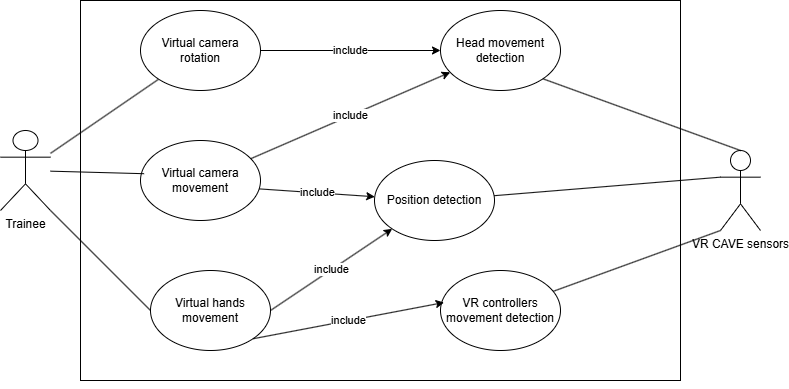
dopp1e/diploma keeps this draw.io diagram as Images/TraineeMovementUseCases.png. Above is the earlier version. Source tidied: cells renumbered, new cells last; positions are measured from the earlier drawing's top-left corner, leaving out a move shared by most shapes. Source of this version:
```xml
<mxGraphModel>
  <root>
    <mxCell id="0" />
    <mxCell id="1" parent="0" />
    <mxCell id="2" style="endArrow=classic;html=1;rounded=0;entryX=0.367;entryY=0.18;entryDx=0;entryDy=0;entryPerimeter=0;exitX=0.097;exitY=0.225;exitDx=0;exitDy=0;exitPerimeter=0;" parent="1" edge="1" source="7" target="3">
      <mxGeometry relative="1" as="geometry" />
    </mxCell>
    <mxCell id="3" style="rounded=0;whiteSpace=wrap;html=1;" parent="1" vertex="1">
      <mxGeometry x="80" width="600" height="380" as="geometry" />
    </mxCell>
    <mxCell id="4" value="Trainee" style="shape=umlActor;verticalLabelPosition=bottom;verticalAlign=top;html=1;outlineConnect=0;" parent="1" vertex="1">
      <mxGeometry y="130" width="50" height="80" as="geometry" />
    </mxCell>
    <mxCell id="5" value="Head movement detection" style="ellipse;whiteSpace=wrap;html=1;" parent="1" vertex="1">
      <mxGeometry x="440" y="10" width="120" height="80" as="geometry" />
    </mxCell>
    <mxCell id="6" style="endArrow=none;html=1;rounded=0;" parent="1" edge="1" source="4" target="7">
      <mxGeometry relative="1" as="geometry" />
    </mxCell>
    <mxCell id="7" value="Virtual camera rotation" style="ellipse;whiteSpace=wrap;html=1;" parent="1" vertex="1">
      <mxGeometry x="140" y="10" width="120" height="80" as="geometry" />
    </mxCell>
    <mxCell id="8" value="include" style="endArrow=classic;html=1;rounded=0;entryX=0;entryY=0.5;entryDx=0;entryDy=0;" parent="1" edge="1" source="7" target="5">
      <mxGeometry relative="1" as="geometry" />
    </mxCell>
    <mxCell id="9" value="Virtual hands movement" style="ellipse;whiteSpace=wrap;html=1;" parent="1" vertex="1">
      <mxGeometry x="150" y="270" width="120" height="80" as="geometry" />
    </mxCell>
    <mxCell id="10" style="endArrow=none;html=1;rounded=0;exitX=1;exitY=1;exitDx=0;exitDy=0;exitPerimeter=0;entryX=0;entryY=0.5;entryDx=0;entryDy=0;" parent="1" edge="1" source="4" target="9">
      <mxGeometry relative="1" as="geometry" />
    </mxCell>
    <mxCell id="11" value="VR controllers movement detection" style="ellipse;whiteSpace=wrap;html=1;" parent="1" vertex="1">
      <mxGeometry x="440" y="270" width="120" height="80" as="geometry" />
    </mxCell>
    <mxCell id="12" value="Position detection" style="ellipse;whiteSpace=wrap;html=1;" parent="1" vertex="1">
      <mxGeometry x="374" y="160" width="120" height="80" as="geometry" />
    </mxCell>
    <mxCell id="13" value="include" style="endArrow=classic;html=1;rounded=0;exitX=1;exitY=1;exitDx=0;exitDy=0;entryX=0.03;entryY=0.4;entryDx=0;entryDy=0;entryPerimeter=0;" parent="1" edge="1" source="9" target="11">
      <mxGeometry relative="1" as="geometry" />
    </mxCell>
    <mxCell id="14" value="include" style="endArrow=classic;html=1;rounded=0;exitX=1;exitY=0.5;exitDx=0;exitDy=0;" parent="1" edge="1" source="9" target="12">
      <mxGeometry relative="1" as="geometry" />
    </mxCell>
    <mxCell id="15" value="Virtual camera movement" style="ellipse;whiteSpace=wrap;html=1;" parent="1" vertex="1">
      <mxGeometry x="140" y="140" width="120" height="80" as="geometry" />
    </mxCell>
    <mxCell id="16" style="endArrow=none;html=1;rounded=0;exitX=0.03;exitY=0.415;exitDx=0;exitDy=0;exitPerimeter=0;" parent="1" edge="1" source="15" target="4">
      <mxGeometry relative="1" as="geometry" />
    </mxCell>
    <mxCell id="17" value="include" style="endArrow=classic;html=1;rounded=0;exitX=0.99;exitY=0.605;exitDx=0;exitDy=0;exitPerimeter=0;" parent="1" edge="1" source="15" target="12">
      <mxGeometry relative="1" as="geometry" />
    </mxCell>
    <mxCell id="18" value="include" style="endArrow=classic;html=1;rounded=0;" parent="1" edge="1" source="15" target="5">
      <mxGeometry relative="1" as="geometry" />
    </mxCell>
    <mxCell id="19" value="VR CAVE sensors" style="shape=umlActor;verticalLabelPosition=bottom;verticalAlign=top;html=1;outlineConnect=0;" parent="1" vertex="1">
      <mxGeometry x="720" y="150" width="40" height="80" as="geometry" />
    </mxCell>
    <mxCell id="20" style="endArrow=none;html=1;rounded=0;entryX=0;entryY=0.3333333333333333;entryDx=0;entryDy=0;entryPerimeter=0;" parent="1" edge="1" source="12" target="19">
      <mxGeometry relative="1" as="geometry" />
    </mxCell>
    <mxCell id="21" style="endArrow=none;html=1;rounded=0;entryX=0;entryY=1;entryDx=0;entryDy=0;entryPerimeter=0;" parent="1" edge="1" source="11" target="19">
      <mxGeometry relative="1" as="geometry" />
    </mxCell>
    <mxCell id="22" style="endArrow=none;html=1;rounded=0;entryX=1;entryY=1;entryDx=0;entryDy=0;exitX=0.5;exitY=0;exitDx=0;exitDy=0;exitPerimeter=0;" parent="1" edge="1" source="19" target="5">
      <mxGeometry relative="1" as="geometry" />
    </mxCell>
    <mxCell id="23" style="edgeStyle=orthogonalEdgeStyle;rounded=0;orthogonalLoop=1;jettySize=auto;html=1;exitX=0.5;exitY=1;exitDx=0;exitDy=0;" parent="1" edge="1" source="3" target="3">
      <mxGeometry relative="1" as="geometry" />
    </mxCell>
  </root>
</mxGraphModel>
```
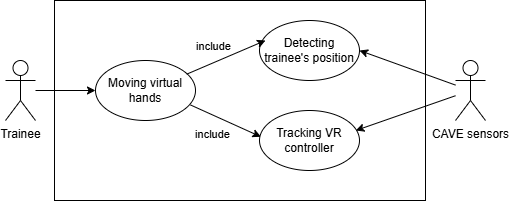
After the commit.

Commit message:
Improved use case subsection and functional requirements analysis, created non-functional requirements subsection

What changed in the source:
```diff
@@ -2,71 +2,48 @@
   <root>
     <mxCell id="0" />
     <mxCell id="1" parent="0" />
-    <mxCell id="2" style="endArrow=classic;html=1;rounded=0;entryX=0.367;entryY=0.18;entryDx=0;entryDy=0;entryPerimeter=0;exitX=0.097;exitY=0.225;exitDx=0;exitDy=0;exitPerimeter=0;" parent="1" edge="1" source="7" target="3">
-      <mxGeometry relative="1" as="geometry" />
-    </mxCell>
-    <mxCell id="3" style="rounded=0;whiteSpace=wrap;html=1;" parent="1" vertex="1">
-      <mxGeometry x="80" width="600" height="380" as="geometry" />
-    </mxCell>
+    <mxCell id="24" style="rounded=0;whiteSpace=wrap;html=1;" parent="1" vertex="1">
+      <mxGeometry x="49" y="70" width="371" height="200" as="geometry" />
+    </mxCell>
     <mxCell id="4" value="Trainee" style="shape=umlActor;verticalLabelPosition=bottom;verticalAlign=top;html=1;outlineConnect=0;" parent="1" vertex="1">
-      <mxGeometry y="130" width="50" height="80" as="geometry" />
+      <mxGeometry y="130" width="30" height="60" as="geometry" />
     </mxCell>
-    <mxCell id="5" value="Head movement detection" style="ellipse;whiteSpace=wrap;html=1;" parent="1" vertex="1">
-      <mxGeometry x="440" y="10" width="120" height="80" as="geometry" />
-    </mxCell>
-    <mxCell id="6" style="endArrow=none;html=1;rounded=0;" parent="1" edge="1" source="4" target="7">
-      <mxGeometry relative="1" as="geometry" />
-    </mxCell>
-    <mxCell id="7" value="Virtual camera rotation" style="ellipse;whiteSpace=wrap;html=1;" parent="1" vertex="1">
-      <mxGeometry x="140" y="10" width="120" height="80" as="geometry" />
-    </mxCell>
-    <mxCell id="8" value="include" style="endArrow=classic;html=1;rounded=0;entryX=0;entryY=0.5;entryDx=0;entryDy=0;" parent="1" edge="1" source="7" target="5">
-      <mxGeometry relative="1" as="geometry" />
-    </mxCell>
-    <mxCell id="9" value="Virtual hands movement" style="ellipse;whiteSpace=wrap;html=1;" parent="1" vertex="1">
-      <mxGeometry x="150" y="270" width="120" height="80" as="geometry" />
-    </mxCell>
-    <mxCell id="10" style="endArrow=none;html=1;rounded=0;exitX=1;exitY=1;exitDx=0;exitDy=0;exitPerimeter=0;entryX=0;entryY=0.5;entryDx=0;entryDy=0;" parent="1" edge="1" source="4" target="9">
-      <mxGeometry relative="1" as="geometry" />
-    </mxCell>
-    <mxCell id="11" value="VR controllers movement detection" style="ellipse;whiteSpace=wrap;html=1;" parent="1" vertex="1">
-      <mxGeometry x="440" y="270" width="120" height="80" as="geometry" />
-    </mxCell>
-    <mxCell id="12" value="Position detection" style="ellipse;whiteSpace=wrap;html=1;" parent="1" vertex="1">
-      <mxGeometry x="374" y="160" width="120" height="80" as="geometry" />
-    </mxCell>
-    <mxCell id="13" value="include" style="endArrow=classic;html=1;rounded=0;exitX=1;exitY=1;exitDx=0;exitDy=0;entryX=0.03;entryY=0.4;entryDx=0;entryDy=0;entryPerimeter=0;" parent="1" edge="1" source="9" target="11">
-      <mxGeometry relative="1" as="geometry" />
-    </mxCell>
-    <mxCell id="14" value="include" style="endArrow=classic;html=1;rounded=0;exitX=1;exitY=0.5;exitDx=0;exitDy=0;" parent="1" edge="1" source="9" target="12">
-      <mxGeometry relative="1" as="geometry" />
-    </mxCell>
-    <mxCell id="15" value="Virtual camera movement" style="ellipse;whiteSpace=wrap;html=1;" parent="1" vertex="1">
-      <mxGeometry x="140" y="140" width="120" height="80" as="geometry" />
-    </mxCell>
-    <mxCell id="16" style="endArrow=none;html=1;rounded=0;exitX=0.03;exitY=0.415;exitDx=0;exitDy=0;exitPerimeter=0;" parent="1" edge="1" source="15" target="4">
-      <mxGeometry relative="1" as="geometry" />
-    </mxCell>
-    <mxCell id="17" value="include" style="endArrow=classic;html=1;rounded=0;exitX=0.99;exitY=0.605;exitDx=0;exitDy=0;exitPerimeter=0;" parent="1" edge="1" source="15" target="12">
-      <mxGeometry relative="1" as="geometry" />
-    </mxCell>
-    <mxCell id="18" value="include" style="endArrow=classic;html=1;rounded=0;" parent="1" edge="1" source="15" target="5">
-      <mxGeometry relative="1" as="geometry" />
-    </mxCell>
-    <mxCell id="19" value="VR CAVE sensors" style="shape=umlActor;verticalLabelPosition=bottom;verticalAlign=top;html=1;outlineConnect=0;" parent="1" vertex="1">
-      <mxGeometry x="720" y="150" width="40" height="80" as="geometry" />
-    </mxCell>
-    <mxCell id="20" style="endArrow=none;html=1;rounded=0;entryX=0;entryY=0.3333333333333333;entryDx=0;entryDy=0;entryPerimeter=0;" parent="1" edge="1" source="12" target="19">
-      <mxGeometry relative="1" as="geometry" />
-    </mxCell>
-    <mxCell id="21" style="endArrow=none;html=1;rounded=0;entryX=0;entryY=1;entryDx=0;entryDy=0;entryPerimeter=0;" parent="1" edge="1" source="11" target="19">
-      <mxGeometry relative="1" as="geometry" />
-    </mxCell>
-    <mxCell id="22" style="endArrow=none;html=1;rounded=0;entryX=1;entryY=1;entryDx=0;entryDy=0;exitX=0.5;exitY=0;exitDx=0;exitDy=0;exitPerimeter=0;" parent="1" edge="1" source="19" target="5">
-      <mxGeometry relative="1" as="geometry" />
-    </mxCell>
-    <mxCell id="23" style="edgeStyle=orthogonalEdgeStyle;rounded=0;orthogonalLoop=1;jettySize=auto;html=1;exitX=0.5;exitY=1;exitDx=0;exitDy=0;" parent="1" edge="1" source="3" target="3">
-      <mxGeometry relative="1" as="geometry" />
-    </mxCell>
+    <mxCell id="25" value="CAVE sensors" style="shape=umlActor;verticalLabelPosition=bottom;verticalAlign=top;html=1;outlineConnect=0;" parent="1" vertex="1">
+      <mxGeometry x="450" y="130" width="30" height="60" as="geometry" />
+    </mxCell>
+    <mxCell id="26" value="Detecting trainee's position" style="ellipse;whiteSpace=wrap;html=1;" parent="1" vertex="1">
+      <mxGeometry x="254" y="90" width="100" height="60" as="geometry" />
+    </mxCell>
+    <mxCell id="27" value="Tracking VR controller" style="ellipse;whiteSpace=wrap;html=1;" parent="1" vertex="1">
+      <mxGeometry x="254" y="180" width="100" height="60" as="geometry" />
+    </mxCell>
+    <mxCell id="28" style="endArrow=classic;html=1;rounded=0;entryX=0.963;entryY=0.333;entryDx=0;entryDy=0;entryPerimeter=0;" parent="1" edge="1" source="25" target="27">
+      <mxGeometry relative="1" as="geometry" />
+    </mxCell>
+    <mxCell id="29" style="endArrow=classic;html=1;rounded=0;entryX=1;entryY=0.5;entryDx=0;entryDy=0;" parent="1" edge="1" source="25" target="26">
+      <mxGeometry relative="1" as="geometry" />
+    </mxCell>
+    <mxCell id="30" value="Moving virtual hands" style="ellipse;whiteSpace=wrap;html=1;" parent="1" vertex="1">
+      <mxGeometry x="90" y="130" width="100" height="60" as="geometry" />
+    </mxCell>
+    <mxCell id="31" style="endArrow=classic;html=1;rounded=0;entryX=0;entryY=0.5;entryDx=0;entryDy=0;" parent="1" edge="1" source="4" target="30">
+      <mxGeometry relative="1" as="geometry" />
+    </mxCell>
+    <mxCell id="32" style="endArrow=classic;html=1;rounded=0;exitX=0.912;exitY=0.228;exitDx=0;exitDy=0;exitPerimeter=0;entryX=0.06;entryY=0.333;entryDx=0;entryDy=0;entryPerimeter=0;" parent="1" edge="1" source="30" target="26">
+      <mxGeometry relative="1" as="geometry" />
+    </mxCell>
+    <mxCell id="33" value="include" style="edgeLabel;html=1;align=center;verticalAlign=middle;" parent="32" vertex="1">
+      <mxGeometry x="0.04" y="-1" relative="1" as="geometry">
+        <mxPoint x="-15" y="-12" as="offset" />
+      </mxGeometry>
+    </mxCell>
+    <mxCell id="34" style="endArrow=classic;html=1;rounded=0;exitX=0.95;exitY=0.741;exitDx=0;exitDy=0;exitPerimeter=0;entryX=0.014;entryY=0.438;entryDx=0;entryDy=0;entryPerimeter=0;" parent="1" edge="1" source="30" target="27">
+      <mxGeometry relative="1" as="geometry" />
+    </mxCell>
+    <mxCell id="35" value="include" style="edgeLabel;html=1;align=center;verticalAlign=middle;" parent="34" vertex="1">
+      <mxGeometry x="0.04" y="-1" relative="1" as="geometry">
+        <mxPoint x="-15" y="12" as="offset" />
+      </mxGeometry>
+    </mxCell>
   </root>
 </mxGraphModel>
```
